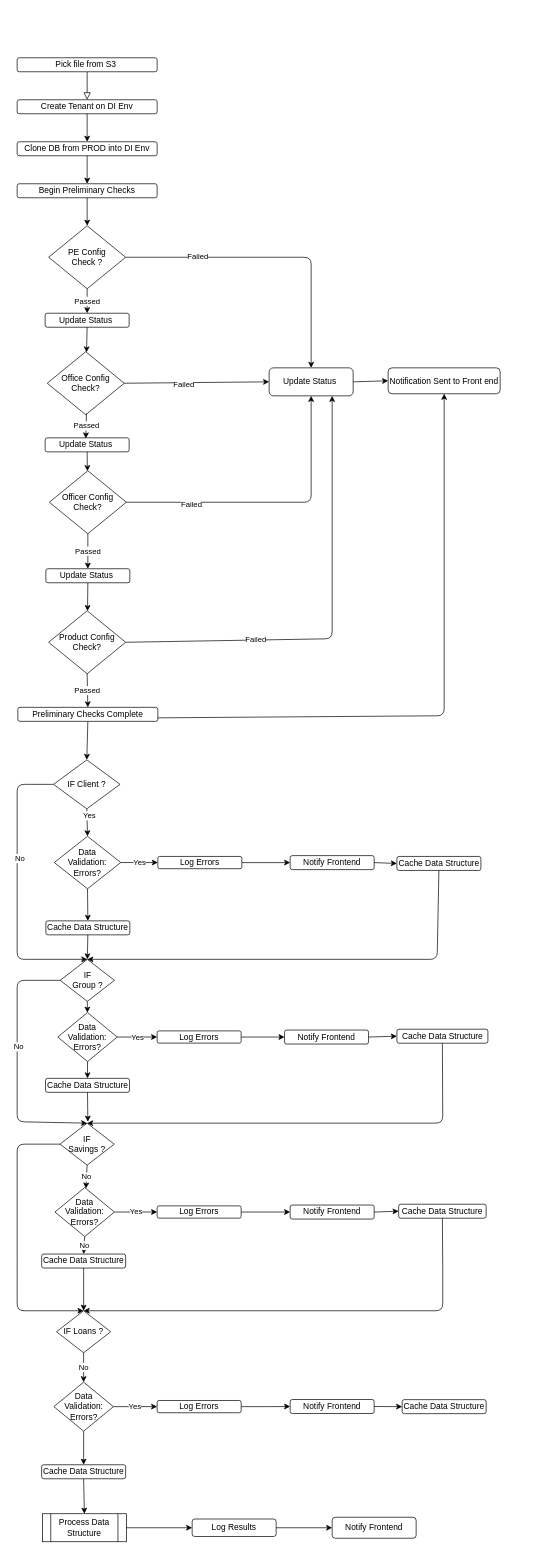
gwasky/diagrams keeps this draw.io diagram as data-import-stack/Untitled Diagram.drawio. Above is the earlier version. Source tidied: cells renumbered, new cells numbered last; positions are measured from the earlier drawing's top-left corner, leaving out a move shared by most shapes. Both pictures are drawn from the tidied source at 70%, with x=0, y=0 at pixel (17, 57).
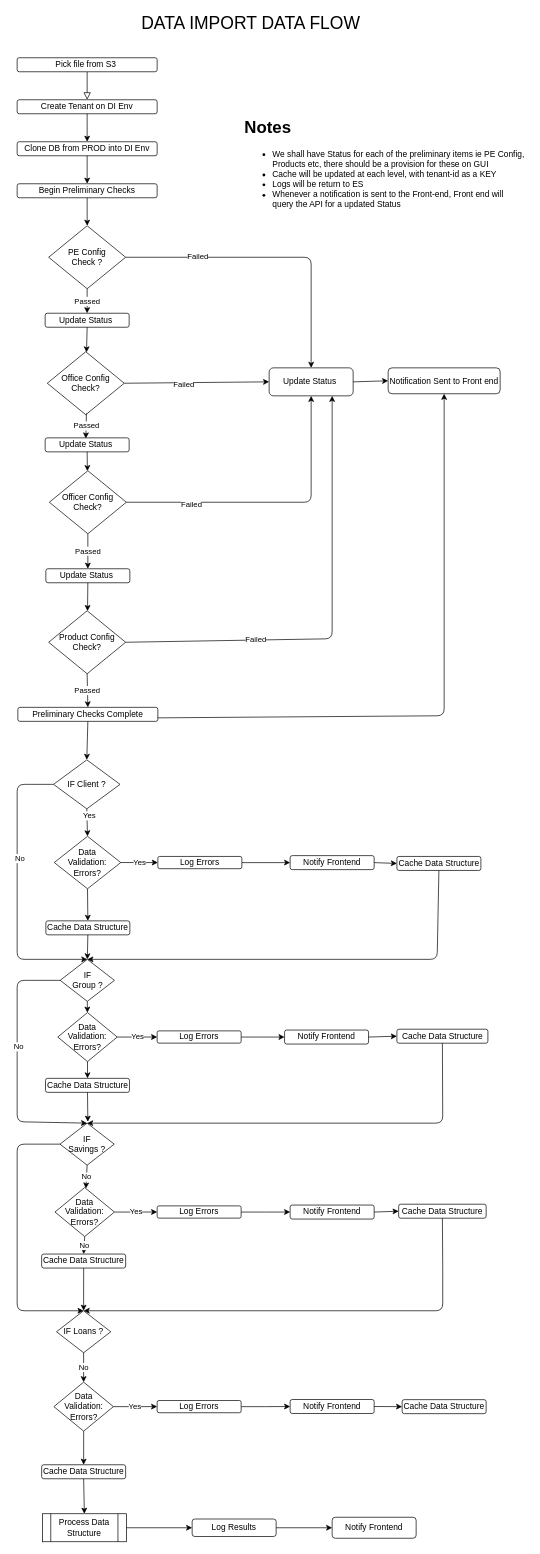
After the change.

Change to the diagram source:
```diff
@@
+    <mxCell id="101" value="&lt;font style=&quot;font-size: 25px&quot;&gt;DATA IMPORT DATA FLOW&lt;/font&gt;" style="text;html=1;strokeColor=none;fillColor=none;align=center;verticalAlign=middle;whiteSpace=wrap;rounded=0;" parent="1" vertex="1">
+      <mxGeometry x="148" y="-60" width="372" height="20" as="geometry" />
+    </mxCell>
+    <mxCell id="102" value="&lt;h1&gt;Notes&lt;/h1&gt;&lt;ul&gt;&lt;li&gt;We shall have Status for each of the preliminary items ie PE Config, Products etc, there should be a provision for these on GUI&lt;/li&gt;&lt;li&gt;Cache will be updated at each level, with tenant-id as a KEY&lt;/li&gt;&lt;li&gt;Logs will be return to ES&lt;/li&gt;&lt;li&gt;Whenever a notification is sent to the Front-end, Front end will query the API for a updated Status&lt;/li&gt;&lt;/ul&gt;&lt;p&gt;&lt;/p&gt;" style="text;html=1;strokeColor=none;fillColor=none;spacing=5;spacingTop=-20;whiteSpace=wrap;overflow=hidden;rounded=0;" parent="1" vertex="1">
+      <mxGeometry x="320" y="80" width="410" height="160" as="geometry" />
+    </mxCell>
```
